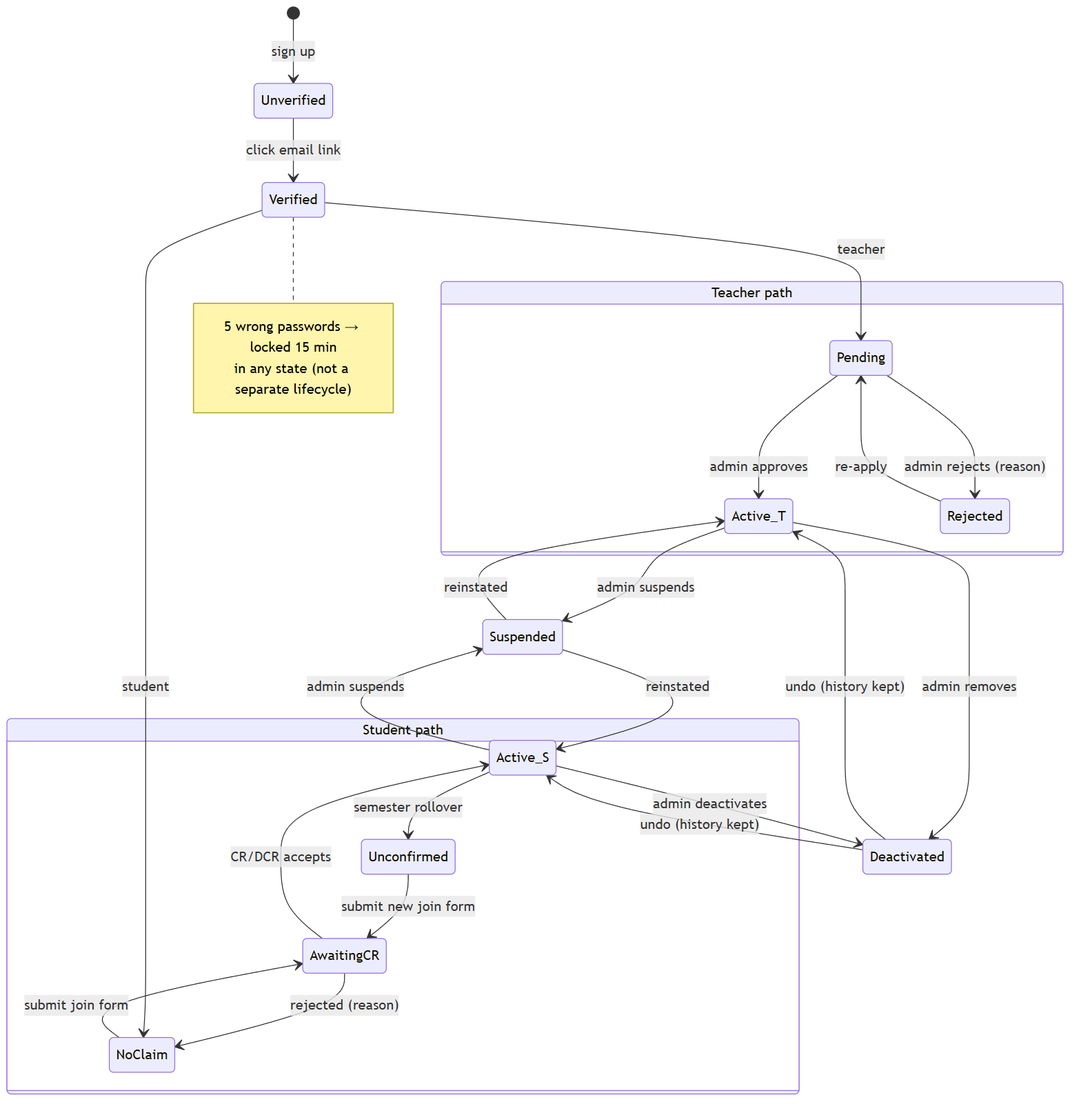
chinmoy567/Class-and-Routin-Management-Web-App keeps this Mermaid diagram as DOCUMENTS/png/19-state-account.png. Above is the earlier version. Its source is kept beside it as DOCUMENTS/src/19-state-account.mmd.
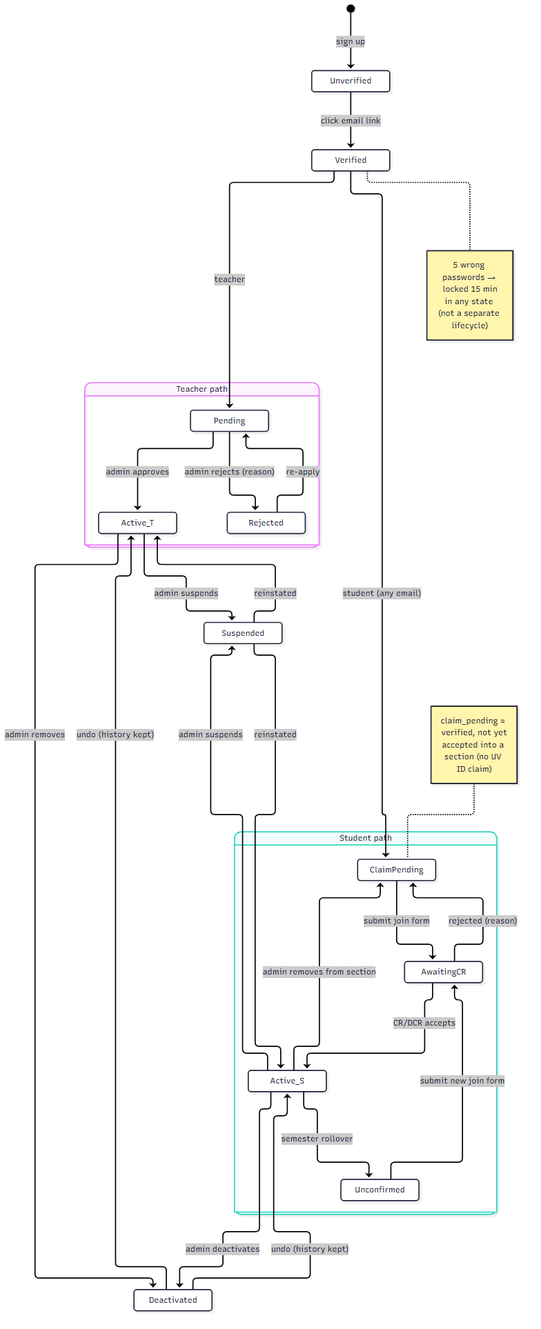
After the change.

Diff of the diagram source:
```diff
@@ -8,14 +8,15 @@
     Rejected --> Pending : re-apply
   }
   state "Student path" as SP {
-    NoClaim --> AwaitingCR : submit join form
-    AwaitingCR --> NoClaim : rejected (reason)
+    ClaimPending --> AwaitingCR : submit join form
+    AwaitingCR --> ClaimPending : rejected (reason)
     AwaitingCR --> Active_S : CR/DCR accepts
+    Active_S --> ClaimPending : admin removes from section
     Active_S --> Unconfirmed : semester rollover
     Unconfirmed --> AwaitingCR : submit new join form
   }
   Verified --> Pending : teacher
-  Verified --> NoClaim : student
+  Verified --> ClaimPending : student (any email)
 
   Active_T --> Suspended : admin suspends
   Active_S --> Suspended : admin suspends
@@ -26,6 +27,10 @@
   Deactivated --> Active_S : undo (history kept)
   Deactivated --> Active_T : undo (history kept)
 
+  note left of ClaimPending
+    claim_pending = verified, not yet
+    accepted into a section (no UV ID claim)
+  end note
   note right of Verified
     5 wrong passwords → locked 15 min
     in any state (not a separate lifecycle)
```
